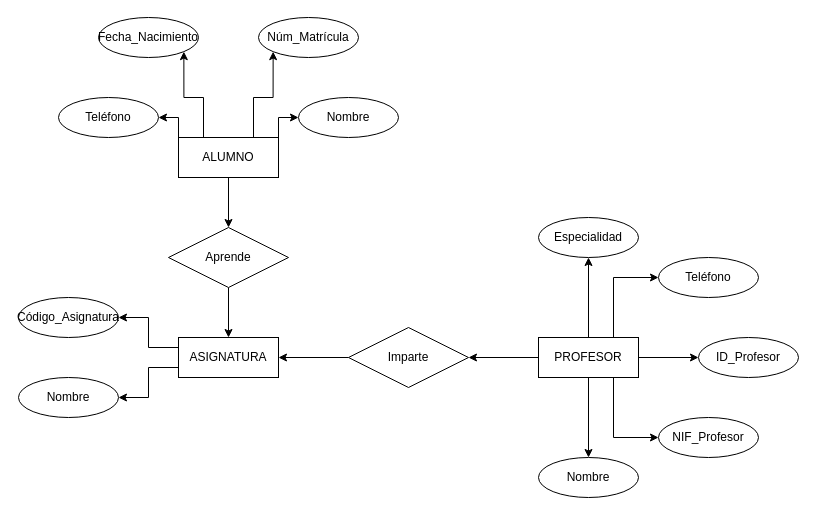
Before: SGBD_MER1.drawio in Mauriciom20/Tri2-Instru-Hugo, a draw.io diagram. Source tidied: cells renumbered, new cells numbered last; positions are measured from the earlier drawing's top-left corner, leaving out a move shared by most shapes. Both pictures are drawn from the tidied source at 100%, with x=0, y=0 at pixel (18, 17).
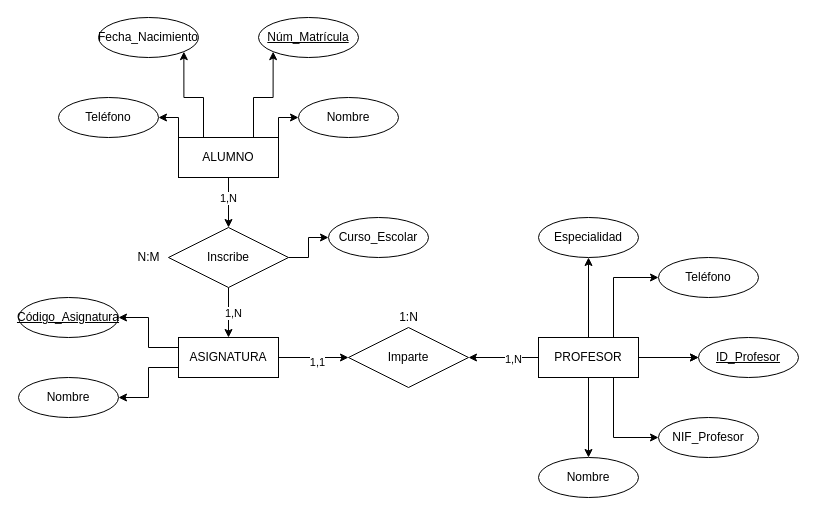
After the change.

Unchanged cells that the change refers to:
```xml
<mxCell id="2" style="edgeStyle=orthogonalEdgeStyle;rounded=0;jettySize=auto;html=1;exitX=0.5;exitY=1;exitDx=0;exitDy=0;entryX=0.5;entryY=0;entryDx=0;entryDy=0;" parent="1" edge="1" source="7" target="31">
  <mxGeometry relative="1" as="geometry" />
</mxCell>
<mxCell id="10" value="ASIGNATURA" style="whiteSpace=wrap;html=1;align=center;" parent="1" vertex="1">
  <mxGeometry x="160" y="320" width="100" height="40" as="geometry" />
</mxCell>
<mxCell id="16" style="edgeStyle=orthogonalEdgeStyle;rounded=0;jettySize=auto;html=1;exitX=0;exitY=0.5;exitDx=0;exitDy=0;entryX=1;entryY=0.5;entryDx=0;entryDy=0;" parent="1" edge="1" source="17" target="33">
  <mxGeometry relative="1" as="geometry" />
</mxCell>
<mxCell id="17" value="PROFESOR" style="whiteSpace=wrap;html=1;align=center;" parent="1" vertex="1">
  <mxGeometry x="520" y="320" width="100" height="40" as="geometry" />
</mxCell>
<mxCell id="30" style="edgeStyle=orthogonalEdgeStyle;rounded=0;jettySize=auto;html=1;exitX=0.5;exitY=1;exitDx=0;exitDy=0;entryX=0.5;entryY=0;entryDx=0;entryDy=0;" parent="1" edge="1" source="31" target="10">
  <mxGeometry relative="1" as="geometry" />
</mxCell>
<mxCell id="33" value="Imparte" style="shape=rhombus;perimeter=rhombusPerimeter;whiteSpace=wrap;html=1;align=center;" parent="1" vertex="1">
  <mxGeometry x="330" y="310" width="120" height="60" as="geometry" />
</mxCell>
```

What changed in the source:
```diff
@@
+    <mxCell id="34" value="1,N" style="edgeLabel;html=1;align=center;verticalAlign=middle;" parent="2" vertex="1">
+      <mxGeometry x="-0.2" y="-1" relative="1" as="geometry" />
+    </mxCell>
@@
+    <mxCell id="35" style="edgeStyle=orthogonalEdgeStyle;rounded=0;jettySize=auto;html=1;exitX=1;exitY=0.5;exitDx=0;exitDy=0;entryX=0;entryY=0.5;entryDx=0;entryDy=0;" parent="1" edge="1" source="10" target="33">
+      <mxGeometry relative="1" as="geometry" />
+    </mxCell>
+    <mxCell id="36" value="1,1" style="edgeLabel;html=1;align=center;verticalAlign=middle;" parent="35" vertex="1">
+      <mxGeometry x="0.09" y="-4" relative="1" as="geometry" />
+    </mxCell>
@@
+    <mxCell id="37" value="1,N" style="edgeLabel;html=1;align=center;verticalAlign=middle;" parent="16" vertex="1">
+      <mxGeometry x="-0.26" y="1" relative="1" as="geometry" />
+    </mxCell>
+    <mxCell id="38" style="edgeStyle=orthogonalEdgeStyle;rounded=0;jettySize=auto;html=1;" parent="1" edge="1" source="17" target="24">
+      <mxGeometry relative="1" as="geometry" />
+    </mxCell>
@@
-    <mxCell id="20" value="Núm_Matrícula" style="ellipse;whiteSpace=wrap;html=1;align=center;" parent="1" vertex="1">
+    <mxCell id="20" value="Núm_Matrícula" style="ellipse;whiteSpace=wrap;html=1;align=center;fontStyle=4;" parent="1" vertex="1">
       <mxGeometry x="240" width="100" height="40" as="geometry" />
     </mxCell>
@@
-    <mxCell id="23" value="Código_Asignatura" style="ellipse;whiteSpace=wrap;html=1;align=center;" parent="1" vertex="1">
+    <mxCell id="23" value="Código_Asignatura" style="ellipse;whiteSpace=wrap;html=1;align=center;fontStyle=4;" parent="1" vertex="1">
       <mxGeometry y="280" width="100" height="40" as="geometry" />
     </mxCell>
-    <mxCell id="24" value="ID_Profesor" style="ellipse;whiteSpace=wrap;html=1;align=center;" parent="1" vertex="1">
+    <mxCell id="24" value="ID_Profesor" style="ellipse;whiteSpace=wrap;html=1;align=center;fontStyle=4;" parent="1" vertex="1">
       <mxGeometry x="680" y="320" width="100" height="40" as="geometry" />
     </mxCell>
@@
+    <mxCell id="39" value="1,N" style="edgeLabel;html=1;align=center;verticalAlign=middle;" parent="30" vertex="1">
+      <mxGeometry y="4" relative="1" as="geometry" />
+    </mxCell>
+    <mxCell id="40" style="edgeStyle=orthogonalEdgeStyle;rounded=0;jettySize=auto;html=1;exitX=1;exitY=0.5;exitDx=0;exitDy=0;entryX=0;entryY=0.5;entryDx=0;entryDy=0;" parent="1" edge="1" source="31" target="43">
+      <mxGeometry relative="1" as="geometry" />
+    </mxCell>
-    <mxCell id="31" value="Aprende" style="shape=rhombus;perimeter=rhombusPerimeter;whiteSpace=wrap;html=1;align=center;" parent="1" vertex="1">
+    <mxCell id="31" value="Inscribe" style="shape=rhombus;perimeter=rhombusPerimeter;whiteSpace=wrap;html=1;align=center;" parent="1" vertex="1">
       <mxGeometry x="150" y="210" width="120" height="60" as="geometry" />
     </mxCell>
-    <mxCell id="32" style="edgeStyle=orthogonalEdgeStyle;rounded=0;jettySize=auto;html=1;exitX=0;exitY=0.5;exitDx=0;exitDy=0;entryX=1;entryY=0.5;entryDx=0;entryDy=0;" parent="1" edge="1" source="33" target="10">
-      <mxGeometry relative="1" as="geometry" />
-    </mxCell>
@@
+    <mxCell id="41" value="1:N" style="text;html=1;align=center;verticalAlign=middle;strokeColor=none;fillColor=none;" parent="1" vertex="1">
+      <mxGeometry x="370" y="285" width="40" height="30" as="geometry" />
+    </mxCell>
+    <mxCell id="42" value="N:M" style="text;html=1;align=center;verticalAlign=middle;strokeColor=none;fillColor=none;" parent="1" vertex="1">
+      <mxGeometry x="105" y="225" width="50" height="30" as="geometry" />
+    </mxCell>
+    <mxCell id="43" value="Curso_Escolar" style="ellipse;whiteSpace=wrap;html=1;align=center;" parent="1" vertex="1">
+      <mxGeometry x="310" y="200" width="100" height="40" as="geometry" />
+    </mxCell>
```
